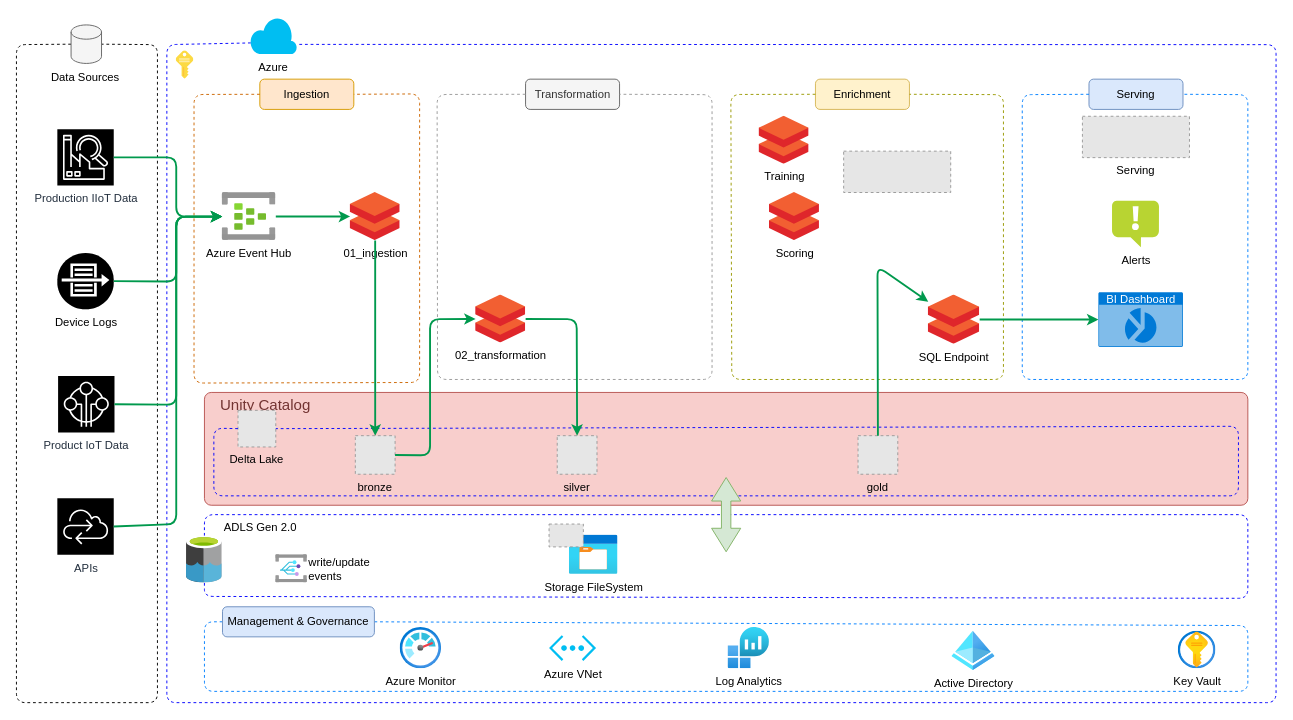
Earlier version of the draw.io diagram page "target-architecture" (1 of 2) of anomaly-detection/docs/diagrams/diagrams.drawio (bandpeylabs/predictive-maintenance-solutions). Source tidied: cells renumbered, new cells numbered last; positions are measured from the earlier drawing's top-left corner, leaving out a move shared by most shapes. Both pictures are drawn from the tidied source at 94%, with x=0, y=0 at pixel (16, 16). Pictures stored in the file or linked from it are replaced by grey dashed boxes.
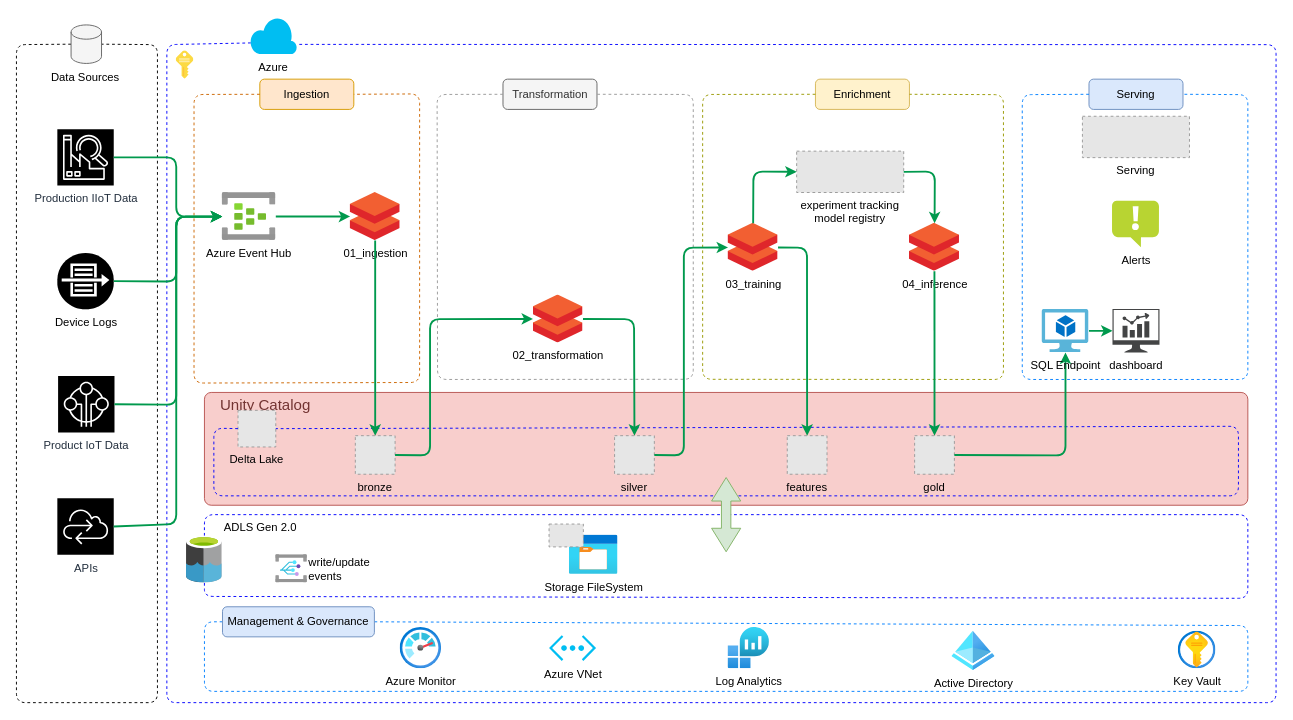
The same diagram, later.

Commit message (it also covers changes not shown here):
final target architecture

Unchanged cells that the change refers to:
```xml
<mxCell id="25" value="Enrichment" style="rounded=1;whiteSpace=wrap;html=1;fillColor=#fff2cc;strokeColor=#d6b656;labelBackgroundColor=none;" parent="1" vertex="1">
  <mxGeometry x="850" y="66.7" width="100" height="32.2" as="geometry" />
</mxCell>
```

What changed in the source:
```diff
@@
     <mxCell id="19" value="Transformation" style="rounded=1;whiteSpace=wrap;html=1;fillColor=#f5f5f5;strokeColor=#666666;labelBackgroundColor=none;fontColor=#333333;" parent="1" vertex="1">
-      <mxGeometry x="541.6" y="66.7" width="100" height="32.2" as="geometry" />
+      <mxGeometry x="517.6" y="66.7" width="100" height="32.2" as="geometry" />
     </mxCell>
     <mxCell id="20" style="endArrow=none;dashed=1;html=1;strokeColor=#999999;startArrow=none;entryX=1;entryY=0.5;entryDx=0;entryDy=0;exitX=0;exitY=0.5;exitDx=0;exitDy=0;labelBackgroundColor=none;" parent="1" edge="1" source="19" target="19">
       <mxGeometry relative="1" as="geometry">
         <Array as="points">
           <mxPoint x="447.5" y="83" />
           <mxPoint x="448" y="386.2" />
-          <mxPoint x="740" y="386.2" />
-          <mxPoint x="740" y="83.2" />
+          <mxPoint x="720" y="386" />
+          <mxPoint x="720" y="83" />
         </Array>
       </mxGeometry>
     </mxCell>
@@
     <mxCell id="26" style="endArrow=none;dashed=1;html=1;strokeColor=#999900;startArrow=none;entryX=1;entryY=0.5;entryDx=0;entryDy=0;exitX=0;exitY=0.5;exitDx=0;exitDy=0;labelBackgroundColor=none;" parent="1" edge="1" source="25" target="25">
       <mxGeometry relative="1" as="geometry">
         <Array as="points">
-          <mxPoint x="760" y="83" />
-          <mxPoint x="761" y="386.2" />
+          <mxPoint x="730" y="83" />
+          <mxPoint x="730" y="386" />
           <mxPoint x="1050" y="386.2" />
           <mxPoint x="1050" y="83.2" />
         </Array>
       </mxGeometry>
     </mxCell>
     <mxCell id="27" value="silver" style="fillColor=#E6E6E6;strokeColor=#999999;dashed=1;verticalLabelPosition=bottom;labelBackgroundColor=none;verticalAlign=top;fontSize=12;" parent="1" vertex="1">
-      <mxGeometry x="575.3" y="446" width="42.3" height="41" as="geometry" />
+      <mxGeometry x="636.3" y="446" width="42.3" height="41" as="geometry" />
     </mxCell>
     <mxCell id="28" value="gold" style="fillColor=#E6E6E6;strokeColor=#999999;dashed=1;verticalLabelPosition=bottom;labelBackgroundColor=none;verticalAlign=top;fontSize=12;" parent="1" vertex="1">
-      <mxGeometry x="895.3" y="446" width="42.3" height="41" as="geometry" />
+      <mxGeometry x="955.5" y="446" width="42.3" height="41" as="geometry" />
     </mxCell>
@@
-    <mxCell id="33" value="SQL Endpoint" style="html=1;points=[];align=center;image;fontSize=12;image=img/lib/mscae/Databricks.svg;labelBackgroundColor=none;" parent="1" vertex="1">
-      <mxGeometry x="970" y="296.2" width="54.7" height="52.5" as="geometry" />
-    </mxCell>
@@
-    <mxCell id="36" value="BI Dashboard" style="html=1;strokeColor=none;fillColor=#0079D6;labelPosition=center;verticalLabelPosition=middle;verticalAlign=top;align=center;fontSize=12;outlineConnect=0;spacingTop=-6;fontColor=#FFFFFF;sketch=0;shape=mxgraph.sitemap.chart;labelBackgroundColor=none;" parent="1" vertex="1">
-      <mxGeometry x="1151" y="293.3" width="90" height="58.3" as="geometry" />
-    </mxCell>
@@
     <mxCell id="48" value="02_transformation" style="html=1;points=[];align=center;image;fontSize=12;image=img/lib/mscae/Databricks.svg;labelBackgroundColor=none;" parent="1" vertex="1">
-      <mxGeometry x="488.5" y="296.2" width="53.2" height="51.1" as="geometry" />
+      <mxGeometry x="549.5" y="296.2" width="53.2" height="51.1" as="geometry" />
     </mxCell>
-    <mxCell id="49" value="Training" style="html=1;points=[];align=center;image;fontSize=12;image=img/lib/mscae/Databricks.svg;labelBackgroundColor=none;" parent="1" vertex="1">
-      <mxGeometry x="790" y="106.2" width="53.2" height="51.1" as="geometry" />
+    <mxCell id="49" value="03_&lt;span style=&quot;background-color: initial;&quot;&gt;training&lt;/span&gt;" style="html=1;points=[];align=center;image;fontSize=12;image=img/lib/mscae/Databricks.svg;labelBackgroundColor=none;" parent="1" vertex="1">
+      <mxGeometry x="757" y="220" width="53.2" height="51.1" as="geometry" />
     </mxCell>
@@
-    <mxCell id="51" value="Scoring" style="html=1;points=[];align=center;image;fontSize=12;image=img/lib/mscae/Databricks.svg;labelBackgroundColor=none;" parent="1" vertex="1">
-      <mxGeometry x="801" y="187.3" width="53.2" height="51.1" as="geometry" />
+    <mxCell id="51" value="04_inference" style="html=1;points=[];align=center;image;fontSize=12;image=img/lib/mscae/Databricks.svg;labelBackgroundColor=none;" parent="1" vertex="1">
+      <mxGeometry x="950" y="220" width="53.2" height="51.1" as="geometry" />
     </mxCell>
-    <mxCell id="52" style="fillColor=#E6E6E6;strokeColor=#999999;dashed=1;verticalLabelPosition=bottom;labelBackgroundColor=default;verticalAlign=top;fontSize=16;" parent="1" vertex="1">
-      <mxGeometry x="880" y="143.3" width="113.9" height="44" as="geometry" />
+    <mxCell id="52" value="experiment tracking&#10;model registry" style="fillColor=#E6E6E6;strokeColor=#999999;dashed=1;verticalLabelPosition=bottom;labelBackgroundColor=none;verticalAlign=top;fontSize=12;" parent="1" vertex="1">
+      <mxGeometry x="830" y="143.3" width="113.9" height="44" as="geometry" />
     </mxCell>
@@
-    <mxCell id="54" style="endArrow=classic;html=1;strokeWidth=2;strokeColor=#00994D;labelBackgroundColor=none;exitX=0.5;exitY=0;exitDx=0;exitDy=0;" parent="1" edge="1" source="28" target="33">
+    <mxCell id="54" style="endArrow=classic;html=1;strokeWidth=2;strokeColor=#00994D;labelBackgroundColor=none;exitX=1;exitY=0.5;exitDx=0;exitDy=0;" parent="1" edge="1" source="28" target="33">
       <mxGeometry relative="1" as="geometry">
         <Array as="points">
-          <mxPoint x="916" y="266" />
+          <mxPoint x="1116" y="467" />
         </Array>
       </mxGeometry>
     </mxCell>
-    <mxCell id="55" style="endArrow=classic;html=1;strokeWidth=2;strokeColor=#00994D;labelBackgroundColor=none;entryX=0;entryY=0.5;entryDx=0;entryDy=0;entryPerimeter=0;" parent="1" edge="1" source="33" target="36">
+    <mxCell id="55" style="endArrow=classic;html=1;strokeWidth=2;strokeColor=#00994D;labelBackgroundColor=none;" parent="1" edge="1" source="33" target="65">
       <mxGeometry relative="1" as="geometry" />
     </mxCell>
@@
     <mxCell id="58" style="endArrow=classic;html=1;strokeWidth=2;strokeColor=#00994D;labelBackgroundColor=none;entryX=0.5;entryY=0;entryDx=0;entryDy=0;" parent="1" edge="1" source="48" target="27">
       <mxGeometry relative="1" as="geometry">
         <Array as="points">
-          <mxPoint x="596" y="322" />
+          <mxPoint x="657" y="322" />
         </Array>
       </mxGeometry>
     </mxCell>
+    <mxCell id="59" style="endArrow=classic;html=1;strokeWidth=2;strokeColor=#00994D;labelBackgroundColor=none;exitX=1;exitY=0.5;exitDx=0;exitDy=0;" parent="1" edge="1" source="27" target="49">
+      <mxGeometry relative="1" as="geometry">
+        <Array as="points">
+          <mxPoint x="710" y="467" />
+          <mxPoint x="710" y="246" />
+        </Array>
+      </mxGeometry>
+    </mxCell>
+    <mxCell id="60" value="features" style="fillColor=#E6E6E6;strokeColor=#999999;dashed=1;verticalLabelPosition=bottom;labelBackgroundColor=none;verticalAlign=top;fontSize=12;" parent="1" vertex="1">
+      <mxGeometry x="820" y="446" width="42.3" height="41" as="geometry" />
+    </mxCell>
+    <mxCell id="61" style="endArrow=classic;html=1;strokeWidth=2;strokeColor=#00994D;labelBackgroundColor=none;entryX=0.5;entryY=0;entryDx=0;entryDy=0;" parent="1" edge="1" source="49" target="60">
+      <mxGeometry relative="1" as="geometry">
+        <Array as="points">
+          <mxPoint x="841" y="246" />
+        </Array>
+      </mxGeometry>
+    </mxCell>
+    <mxCell id="62" style="endArrow=classic;html=1;strokeWidth=2;strokeColor=#00994D;labelBackgroundColor=none;entryX=0;entryY=0.5;entryDx=0;entryDy=0;" parent="1" edge="1" source="49" target="52">
+      <mxGeometry relative="1" as="geometry">
+        <Array as="points">
+          <mxPoint x="784" y="165" />
+        </Array>
+      </mxGeometry>
+    </mxCell>
+    <mxCell id="63" style="endArrow=classic;html=1;strokeWidth=2;strokeColor=#00994D;labelBackgroundColor=none;exitX=1;exitY=0.5;exitDx=0;exitDy=0;" parent="1" edge="1" source="52" target="51">
+      <mxGeometry relative="1" as="geometry">
+        <Array as="points">
+          <mxPoint x="977" y="165" />
+        </Array>
+      </mxGeometry>
+    </mxCell>
+    <mxCell id="64" style="endArrow=classic;html=1;strokeWidth=2;strokeColor=#00994D;labelBackgroundColor=none;entryX=0.5;entryY=0;entryDx=0;entryDy=0;" parent="1" edge="1" source="51" target="28">
+      <mxGeometry relative="1" as="geometry" />
+    </mxCell>
+    <mxCell id="33" value="SQL Endpoint" style="image;sketch=0;html=1;points=[];align=center;fontSize=12;image=img/lib/mscae/Virtual_Machine_2.svg;labelBackgroundColor=none;" parent="1" vertex="1">
+      <mxGeometry x="1091" y="311.6" width="50" height="46" as="geometry" />
+    </mxCell>
+    <mxCell id="65" value="dashboard" style="sketch=0;shadow=0;dashed=0;html=1;strokeColor=none;fillColor=#434445;labelPosition=center;verticalLabelPosition=bottom;verticalAlign=top;align=center;outlineConnect=0;shape=mxgraph.vvd.nsx_dashboard;labelBackgroundColor=none;" parent="1" vertex="1">
+      <mxGeometry x="1166" y="311.1" width="50" height="46.5" as="geometry" />
+    </mxCell>
```
